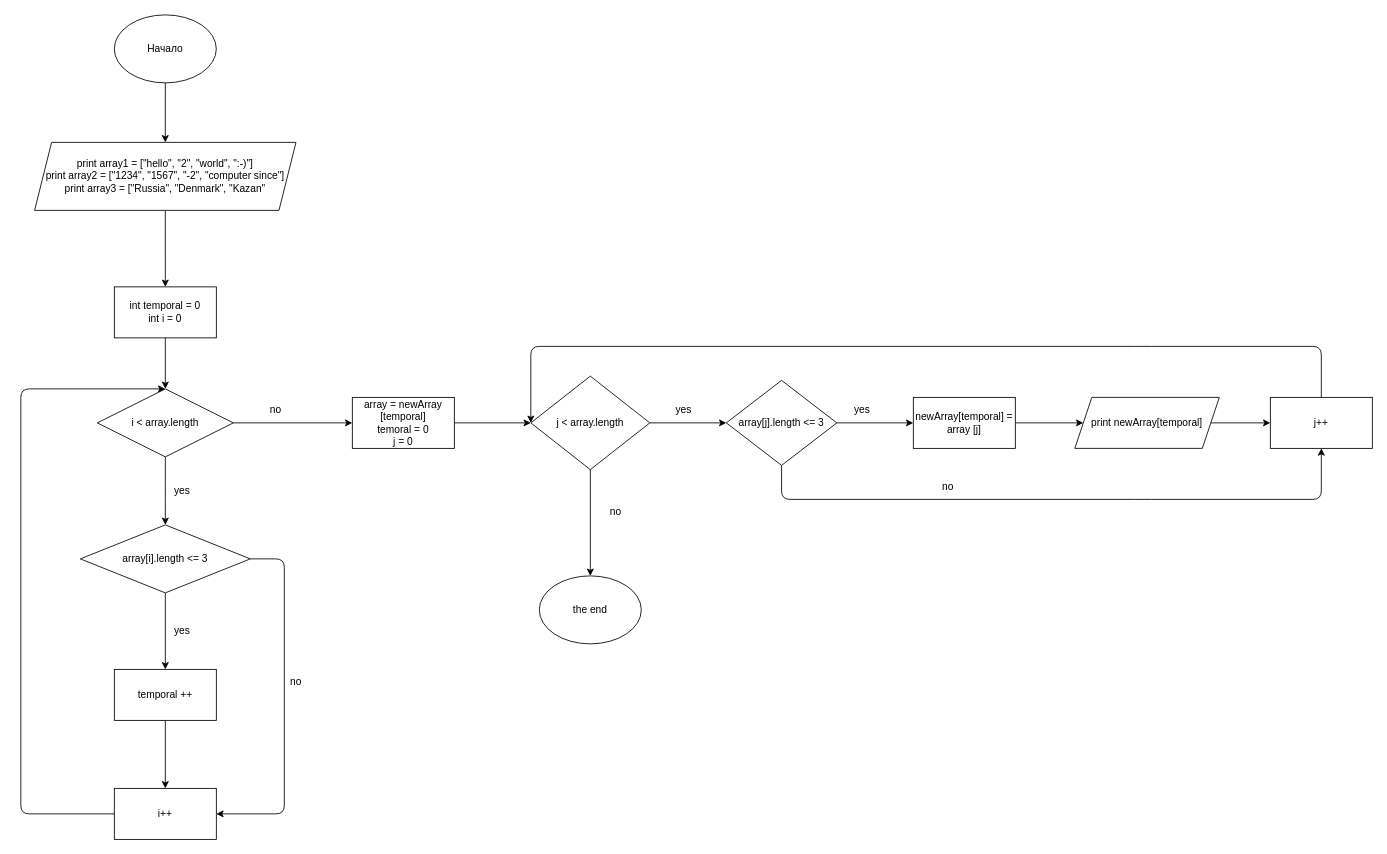
This is test.drawio from ViktorZilok/Test, a draw.io file, before an edit. Source tidied: cells renumbered, new cells numbered last; positions are measured from the earlier drawing's top-left corner, leaving out a move shared by most shapes. Both pictures are drawn from the tidied source at 85%, with x=0, y=0 at pixel (20, 14).
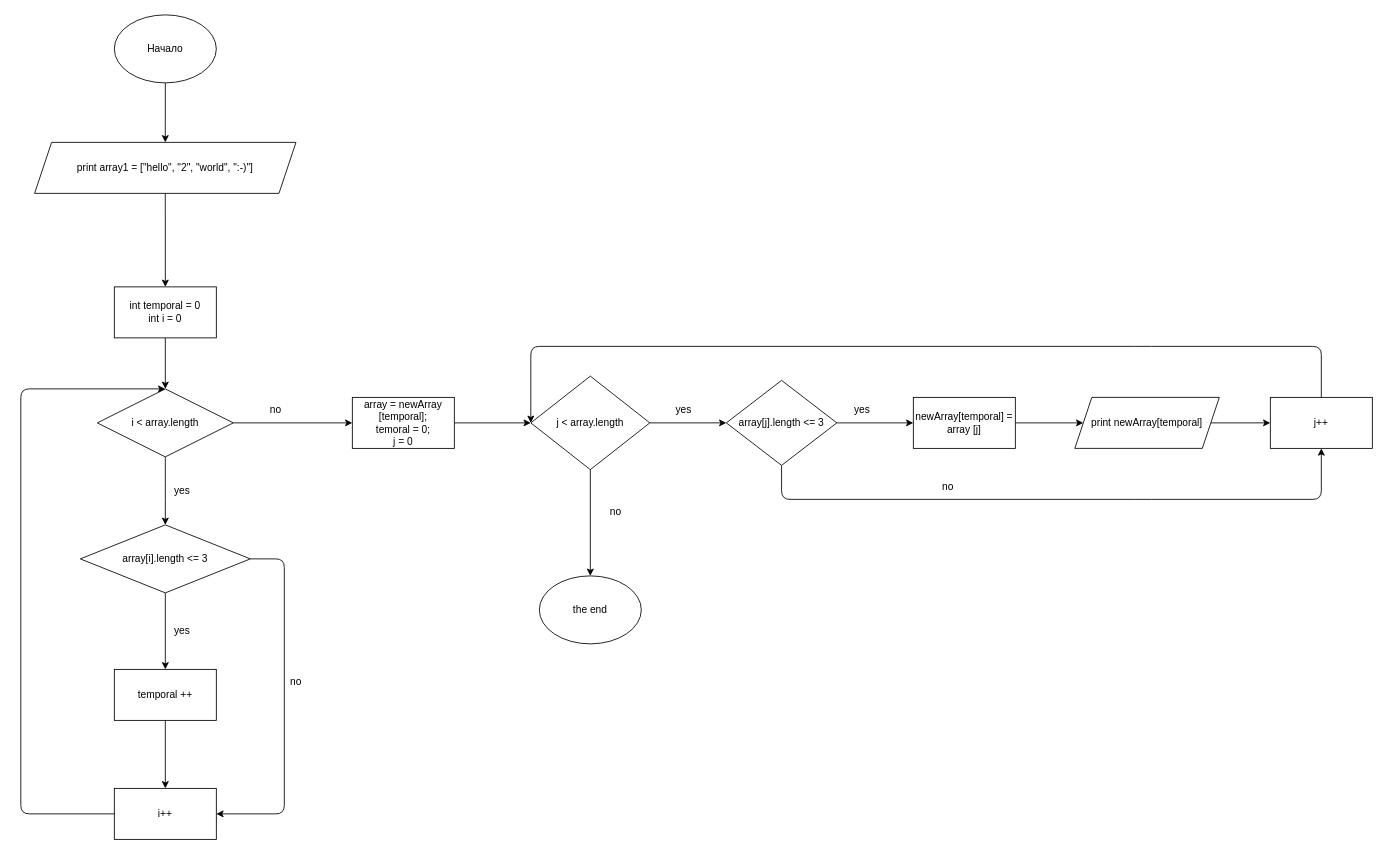
Above is the later version.

Commit message:
Корректировка блок-схемы

Diff of the diagram source:
```diff
@@
-    <mxCell id="5" value="print array1 = [&quot;hello&quot;, &quot;2&quot;, &quot;world&quot;, &quot;:-)&quot;]&lt;br&gt;print array2 = [&quot;1234&quot;, &quot;1567&quot;, &quot;-2&quot;, &quot;computer since&quot;]&lt;br&gt;print array3 = [&quot;Russia&quot;, &quot;Denmark&quot;, &quot;Kazan&quot;" style="shape=parallelogram;perimeter=parallelogramPerimeter;whiteSpace=wrap;html=1;fixedSize=1;" parent="1" vertex="1">
-      <mxGeometry x="16.2" y="150" width="307.5" height="80" as="geometry" />
+    <mxCell id="5" value="print array1 = [&quot;hello&quot;, &quot;2&quot;, &quot;world&quot;, &quot;:-)&quot;]&lt;br&gt;" style="shape=parallelogram;perimeter=parallelogramPerimeter;whiteSpace=wrap;html=1;fixedSize=1;" parent="1" vertex="1">
+      <mxGeometry x="16.2" y="150" width="307.5" height="60" as="geometry" />
     </mxCell>
@@
-    <mxCell id="22" value="array = newArray [temporal]&lt;br&gt;temoral = 0&lt;br&gt;j = 0" style="rounded=0;whiteSpace=wrap;html=1;" parent="1" vertex="1">
+    <mxCell id="22" value="array = newArray [temporal];&lt;br&gt;temoral = 0;&lt;br&gt;j = 0" style="rounded=0;whiteSpace=wrap;html=1;" parent="1" vertex="1">
       <mxGeometry x="390" y="450" width="120" height="60" as="geometry" />
     </mxCell>
```
